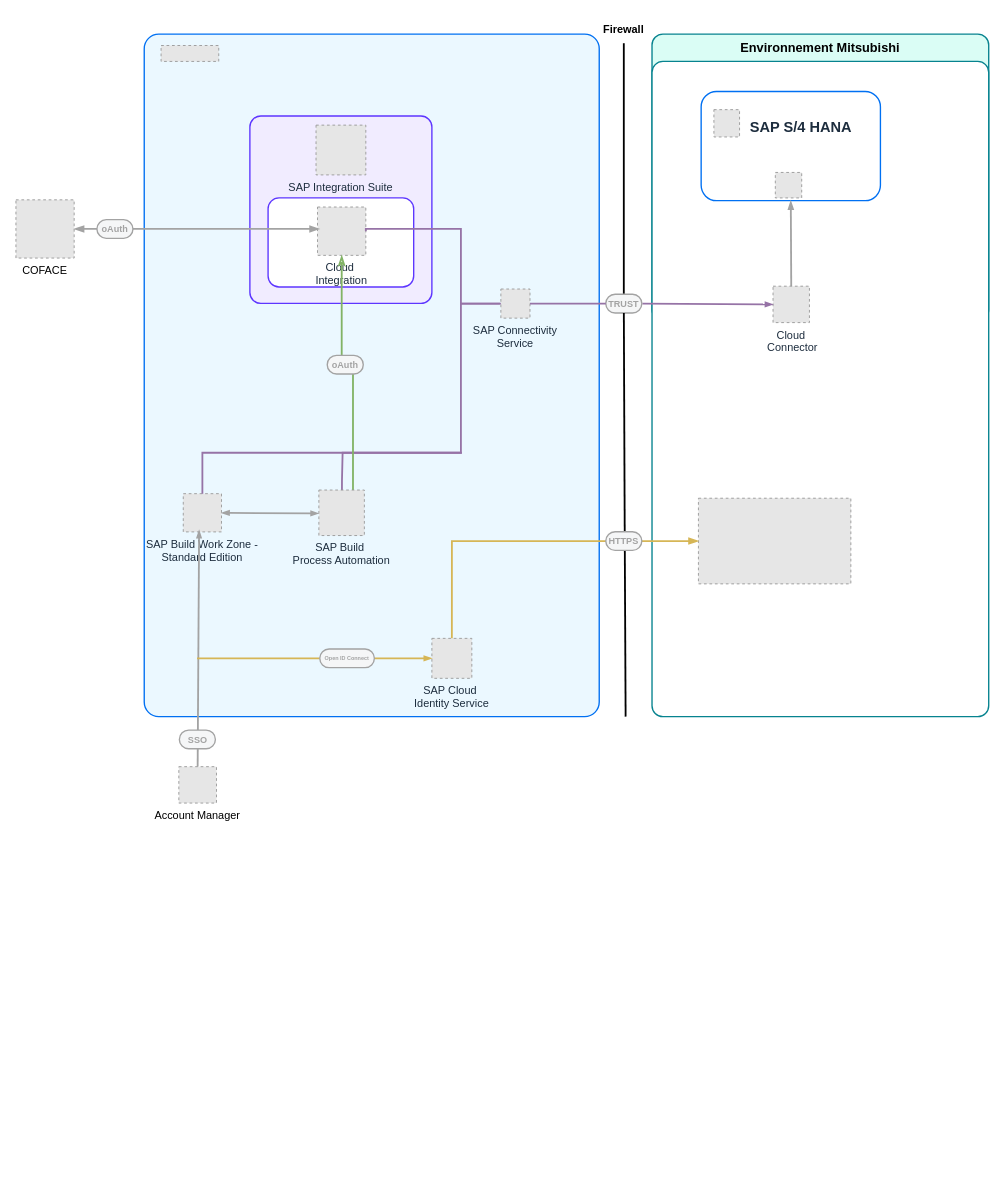
Before: page "Page-2" (2 of 2) of Workflow.drawio in MikaPaP/ArchiWorkflow, a draw.io diagram. Source tidied: cells renumbered, new cells numbered last; positions are measured from the earlier drawing's top-left corner, leaving out a move shared by most shapes. Both pictures are drawn from the tidied source at 91%, with x=0, y=0 at pixel (15, 15). Pictures stored in the file or linked from it are replaced by grey dashed boxes.
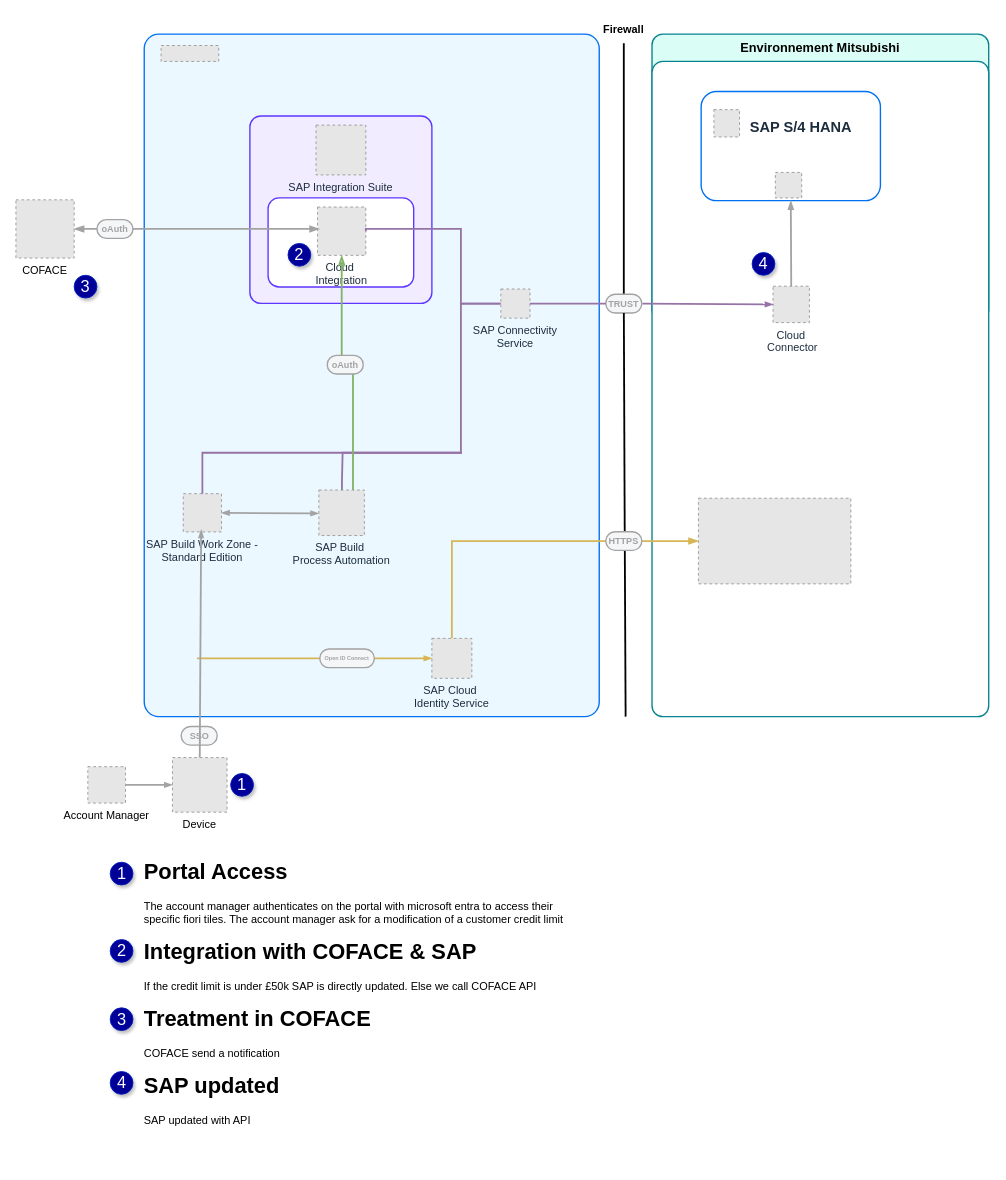
The same page after the edit.

Commit message:
Mettre à jour Workflow.drawio

Unchanged cells that the change refers to:
```xml
<mxCell id="11" style="group;" parent="10" vertex="1">
  <mxGeometry x="-10" width="390" height="720" as="geometry" />
</mxCell>
<mxCell id="14" value="SAP Build Work Zone -&#10;Standard Edition" style="fillColor=#E6E6E6;strokeColor=#999999;dashed=1;verticalLabelPosition=bottom;verticalAlign=top;fontStyle=0;fontSize=12;fontColor=#1D2D3E;" parent="11" vertex="1">
  <mxGeometry x="-67.1" y="475" width="42" height="42" as="geometry" />
</mxCell>
```

What changed in the source:
```diff
@@
-    <mxCell id="19" style="endArrow=blockThin;html=1;rounded=0;strokeColor=#A3A3A3;strokeWidth=2;exitX=0.5;exitY=0;exitDx=0;exitDy=0;endFill=1;endSize=4;startSize=4;entryX=0.438;entryY=0.952;entryDx=0;entryDy=0;entryPerimeter=0;" parent="11" edge="1" source="41">
-      <mxGeometry relative="1" as="geometry">
-        <mxPoint x="-49.7" y="515" as="targetPoint" />
-      </mxGeometry>
-    </mxCell>
@@
-    <mxCell id="21" value="&lt;p style=&quot;line-height: 114%;&quot;&gt;&lt;font color=&quot;#a3a3a3&quot; size=&quot;1&quot;&gt;&lt;b style=&quot;&quot;&gt;SSO&lt;/b&gt;&lt;/font&gt;&lt;/p&gt;" style="rounded=1;whiteSpace=wrap;html=1;arcSize=50;strokeColor=#A3A3A3;fillColor=#f5f6f7;fontColor=#266f3a;strokeWidth=1.5;" parent="11" vertex="1">
-      <mxGeometry x="-71.4" y="734.8" width="39.6" height="20.5" as="geometry" />
-    </mxCell>
@@
+    <mxCell id="48" value="2" style="ellipse;whiteSpace=wrap;html=1;fillColor=#000099;strokeColor=#001DBC;fontColor=#ffffff;fontSize=18;shadow=1;" parent="11" vertex="1">
+      <mxGeometry x="48" y="200" width="25" height="25" as="geometry" />
+    </mxCell>
+    <mxCell id="21" value="&lt;p style=&quot;line-height: 114%;&quot;&gt;&lt;font color=&quot;#a3a3a3&quot; size=&quot;1&quot;&gt;&lt;b style=&quot;&quot;&gt;SSO&lt;/b&gt;&lt;/font&gt;&lt;/p&gt;" style="rounded=1;whiteSpace=wrap;html=1;arcSize=50;strokeColor=#A3A3A3;fillColor=#f5f6f7;fontColor=#266f3a;strokeWidth=1.5;" parent="11" vertex="1">
+      <mxGeometry x="-69.4" y="730.8" width="39.6" height="20.5" as="geometry" />
+    </mxCell>
@@
     <mxCell id="41" value="Account Manager" style="fillColor=#E6E6E6;strokeColor=#999999;dashed=1;verticalLabelPosition=bottom;verticalAlign=top;" parent="1" vertex="1">
-      <mxGeometry x="179" y="825" width="41.4" height="40" as="geometry" />
+      <mxGeometry x="79" y="825" width="41.4" height="40" as="geometry" />
     </mxCell>
@@
+    <mxCell id="49" value="1" style="ellipse;whiteSpace=wrap;html=1;fillColor=#000099;strokeColor=#001DBC;fontColor=#ffffff;fontSize=18;shadow=1;" parent="1" vertex="1">
+      <mxGeometry x="236" y="832.5" width="25" height="25" as="geometry" />
+    </mxCell>
+    <mxCell id="50" value="4" style="ellipse;whiteSpace=wrap;html=1;fillColor=#000099;strokeColor=#001DBC;fontColor=#ffffff;fontSize=18;shadow=1;align=center;verticalAlign=middle;fontFamily=Helvetica;" parent="1" vertex="1">
+      <mxGeometry x="809" y="260" width="25" height="25" as="geometry" />
+    </mxCell>
+    <mxCell id="51" value="1" style="ellipse;whiteSpace=wrap;html=1;fillColor=#000099;strokeColor=#001DBC;fontColor=#ffffff;fontSize=18;shadow=1;" parent="1" vertex="1">
+      <mxGeometry x="103.6" y="930" width="25" height="25" as="geometry" />
+    </mxCell>
+    <mxCell id="52" value="&lt;h1 style=&quot;margin-top: 0px;&quot;&gt;Portal Access&lt;/h1&gt;&lt;div&gt;The account manager authenticates on the portal with microsoft entra to access their specific fiori tiles. The account manager ask for a modification of a customer credit limit&lt;/div&gt;&lt;div&gt;&lt;br&gt;&lt;/div&gt;&lt;div&gt;&lt;h1 style=&quot;margin-top: 0px;&quot;&gt;Integration with COFACE &amp;amp; SAP&lt;/h1&gt;&lt;/div&gt;&lt;div&gt;If the credit limit is under £50k SAP is directly updated. Else we call COFACE API&amp;nbsp;&lt;/div&gt;&lt;div&gt;&lt;br&gt;&lt;/div&gt;&lt;div&gt;&lt;h1 style=&quot;margin-top: 0px;&quot;&gt;Treatment in COFACE&lt;/h1&gt;&lt;/div&gt;&lt;div&gt;COFACE send a notification&lt;/div&gt;&lt;div&gt;&lt;br&gt;&lt;/div&gt;&lt;div&gt;&lt;h1 style=&quot;margin-top: 0px;&quot;&gt;SAP updated&lt;/h1&gt;&lt;/div&gt;&lt;div&gt;SAP updated with API&lt;/div&gt;" style="text;html=1;whiteSpace=wrap;overflow=hidden;rounded=0;" parent="1" vertex="1">
+      <mxGeometry x="139" y="920" width="490" height="340" as="geometry" />
+    </mxCell>
+    <mxCell id="53" value="Device" style="fillColor=#E6E6E6;strokeColor=#999999;dashed=1;verticalLabelPosition=bottom;verticalAlign=top;" parent="1" vertex="1">
+      <mxGeometry x="172" y="815" width="60" height="60" as="geometry" />
+    </mxCell>
+    <mxCell id="54" style="endArrow=blockThin;html=1;rounded=0;strokeColor=#A3A3A3;strokeWidth=2;exitX=1;exitY=0.5;exitDx=0;exitDy=0;endFill=1;endSize=4;startSize=4;entryX=0;entryY=0.5;entryDx=0;entryDy=0;entryPerimeter=0;" parent="1" edge="1" source="41" target="53">
+      <mxGeometry relative="1" as="geometry" />
+    </mxCell>
+    <mxCell id="19" style="endArrow=blockThin;html=1;rounded=0;strokeColor=#A3A3A3;strokeWidth=2;exitX=0.5;exitY=0;exitDx=0;exitDy=0;endFill=1;endSize=4;startSize=4;entryX=0.468;entryY=0.944;entryDx=0;entryDy=0;entryPerimeter=0;exitPerimeter=0;" parent="1" edge="1" source="53" target="14">
+      <mxGeometry relative="1" as="geometry" />
+    </mxCell>
+    <mxCell id="55" value="2" style="ellipse;whiteSpace=wrap;html=1;fillColor=#000099;strokeColor=#001DBC;fontColor=#ffffff;fontSize=18;shadow=1;" parent="1" vertex="1">
+      <mxGeometry x="103.6" y="1015" width="25" height="25" as="geometry" />
+    </mxCell>
+    <mxCell id="56" value="3" style="ellipse;whiteSpace=wrap;html=1;fillColor=#000099;strokeColor=#001DBC;fontColor=#ffffff;fontSize=18;shadow=1;align=center;verticalAlign=middle;fontFamily=Helvetica;" parent="1" vertex="1">
+      <mxGeometry x="64" y="285" width="25" height="25" as="geometry" />
+    </mxCell>
+    <mxCell id="57" value="3" style="ellipse;whiteSpace=wrap;html=1;fillColor=#000099;strokeColor=#001DBC;fontColor=#ffffff;fontSize=18;shadow=1;align=center;verticalAlign=middle;fontFamily=Helvetica;" parent="1" vertex="1">
+      <mxGeometry x="103.6" y="1090" width="25" height="25" as="geometry" />
+    </mxCell>
+    <mxCell id="58" value="4" style="ellipse;whiteSpace=wrap;html=1;fillColor=#000099;strokeColor=#001DBC;fontColor=#ffffff;fontSize=18;shadow=1;align=center;verticalAlign=middle;fontFamily=Helvetica;" parent="1" vertex="1">
+      <mxGeometry x="103.6" y="1160" width="25" height="25" as="geometry" />
+    </mxCell>
```
